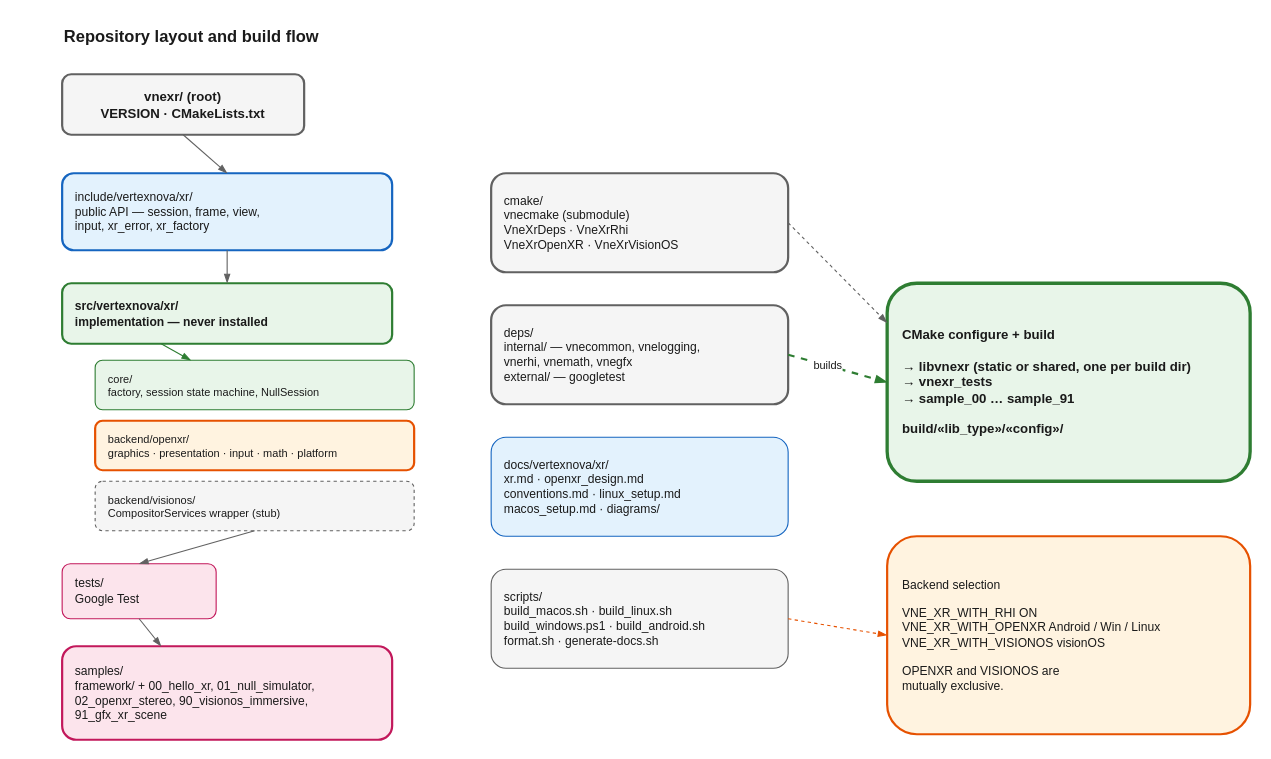
Above: docs/vertexnova/xr/diagrams/architecture.drawio in vertexnova/vnexr (draw.io), before the change. Source tidied: cells renumbered, new cells numbered last; positions are measured from the earlier drawing's top-left corner, leaving out a move shared by most shapes. Both pictures are drawn from the tidied source at 110%, with x=0, y=0 at pixel (62, 19).
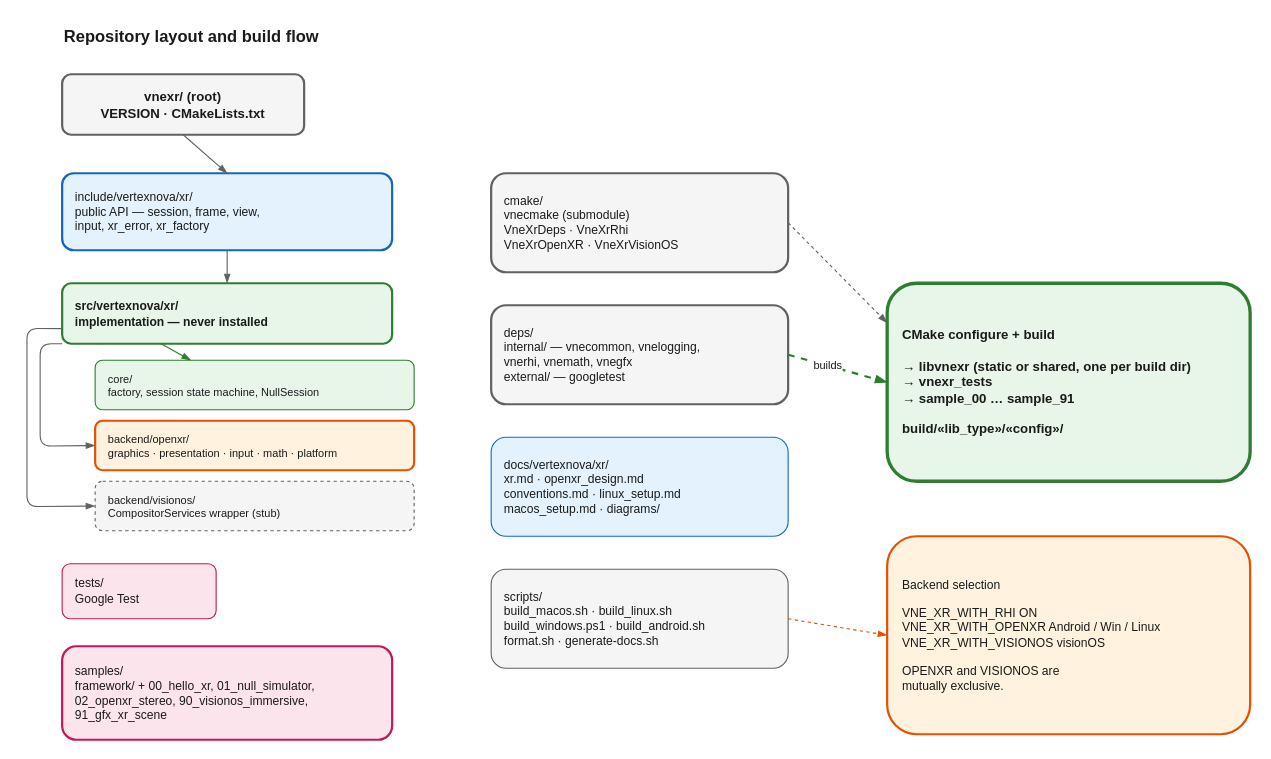
Above is the later version.

The change refers to these unchanged cells:
```xml
<mxCell id="5" value="src/vertexnova/xr/&#10;implementation — never installed" style="rounded=1;whiteSpace=wrap;html=1;fillColor=#e8f5e9;strokeColor=#2e7d32;strokeWidth=2;fontSize=11;align=left;spacingLeft=10;fontStyle=1;fontColor=#1a1a1a;" parent="1" vertex="1">
  <mxGeometry y="240" width="300" height="55" as="geometry" />
</mxCell>
<mxCell id="7" value="backend/openxr/&#10;graphics · presentation · input · math · platform" style="rounded=1;whiteSpace=wrap;html=1;fillColor=#fff3e0;strokeColor=#e65100;strokeWidth=2;fontSize=10;align=left;spacingLeft=10;fontColor=#1a1a1a;" parent="1" vertex="1">
  <mxGeometry x="30" y="365" width="290" height="45" as="geometry" />
</mxCell>
<mxCell id="8" value="backend/visionos/&#10;CompositorServices wrapper (stub)" style="rounded=1;whiteSpace=wrap;html=1;fillColor=#f5f5f5;strokeColor=#616161;fontSize=10;align=left;spacingLeft=10;fontColor=#1a1a1a;dashed=1;" parent="1" vertex="1">
  <mxGeometry x="30" y="420" width="290" height="45" as="geometry" />
</mxCell>
<mxCell id="9" value="tests/&#10;Google Test" style="rounded=1;whiteSpace=wrap;html=1;fillColor=#fce4ec;strokeColor=#c2185b;fontSize=11;align=left;spacingLeft=10;fontColor=#1a1a1a;" parent="1" vertex="1">
  <mxGeometry y="495" width="140" height="50" as="geometry" />
</mxCell>
<mxCell id="10" value="samples/&#10;framework/ + 00_hello_xr, 01_null_simulator,&#10;02_openxr_stereo, 90_visionos_immersive,&#10;91_gfx_xr_scene" style="rounded=1;whiteSpace=wrap;html=1;fillColor=#fce4ec;strokeColor=#c2185b;strokeWidth=2;fontSize=11;align=left;spacingLeft=10;fontColor=#1a1a1a;" parent="1" vertex="1">
  <mxGeometry y="570" width="300" height="85" as="geometry" />
</mxCell>
```

Diff of the diagram source:
```diff
@@
-    <mxCell id="20" style="endArrow=blockThin;endFill=1;html=1;strokeWidth=1;strokeColor=#616161;exitX=0.5;exitY=1;exitDx=0;exitDy=0;entryX=0.5;entryY=0;entryDx=0;entryDy=0;" parent="1" edge="1" source="8" target="9">
-      <mxGeometry relative="1" as="geometry" />
+    <mxCell id="20" style="endArrow=blockThin;endFill=1;html=1;strokeWidth=1;strokeColor=#616161;exitX=0;exitY=1;exitDx=0;exitDy=0;entryX=0;entryY=0.5;entryDx=0;entryDy=0;" parent="1" edge="1" source="5" target="7">
+      <mxGeometry relative="1" as="geometry">
+        <Array as="points">
+          <mxPoint x="-20" y="295" />
+          <mxPoint x="-20" y="388" />
+        </Array>
+      </mxGeometry>
     </mxCell>
-    <mxCell id="21" style="endArrow=blockThin;endFill=1;html=1;strokeWidth=1;strokeColor=#616161;exitX=0.5;exitY=1;exitDx=0;exitDy=0;entryX=0.3;entryY=0;entryDx=0;entryDy=0;" parent="1" edge="1" source="9" target="10">
-      <mxGeometry relative="1" as="geometry" />
+    <mxCell id="21" style="endArrow=blockThin;endFill=1;html=1;strokeWidth=1;strokeColor=#616161;exitX=0;exitY=0.75;exitDx=0;exitDy=0;entryX=0;entryY=0.5;entryDx=0;entryDy=0;" parent="1" edge="1" source="5" target="8">
+      <mxGeometry relative="1" as="geometry">
+        <Array as="points">
+          <mxPoint x="-32" y="281" />
+          <mxPoint x="-32" y="443" />
+        </Array>
+      </mxGeometry>
     </mxCell>
```
